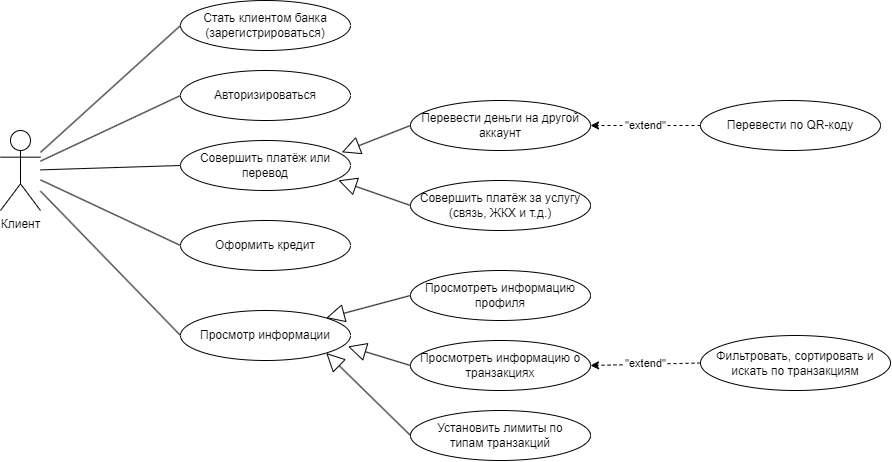
Before: LR1/usecase.png, a diagram exported from draw.io (user-of-github/BSUIR_Labs_Financial-information-processing-technologies). Source tidied: cells renumbered, new cells last; positions are measured from the earlier drawing's top-left corner, leaving out a move shared by most shapes. Source of this version:
```xml
<mxGraphModel>
  <root>
    <mxCell id="0" />
    <mxCell id="1" parent="0" />
    <mxCell id="2" value="Клиент" style="shape=umlActor;verticalLabelPosition=bottom;verticalAlign=top;html=1;" parent="1" vertex="1">
      <mxGeometry y="130" width="40" height="80" as="geometry" />
    </mxCell>
    <mxCell id="3" value="Стать клиентом банка (зарегистрироваться)" style="ellipse;whiteSpace=wrap;html=1;" parent="1" vertex="1">
      <mxGeometry x="180" width="170" height="50" as="geometry" />
    </mxCell>
    <mxCell id="4" value="Совершить платёж или перевод" style="ellipse;whiteSpace=wrap;html=1;" parent="1" vertex="1">
      <mxGeometry x="180" y="140" width="170" height="50" as="geometry" />
    </mxCell>
    <mxCell id="5" value="Перевести деньги на другой аккаунт" style="ellipse;whiteSpace=wrap;html=1;" parent="1" vertex="1">
      <mxGeometry x="410" y="100" width="180" height="50" as="geometry" />
    </mxCell>
    <mxCell id="6" value="Совершить платёж за услугу (связь, ЖКХ и т.д.)" style="ellipse;whiteSpace=wrap;html=1;" parent="1" vertex="1">
      <mxGeometry x="410" y="180" width="180" height="50" as="geometry" />
    </mxCell>
    <mxCell id="7" style="endArrow=block;endSize=16;endFill=0;html=1;rounded=0;entryX=0.949;entryY=0.236;entryDx=0;entryDy=0;entryPerimeter=0;exitX=0;exitY=0.5;exitDx=0;exitDy=0;" parent="1" edge="1" source="5" target="4">
      <mxGeometry relative="1" as="geometry" />
    </mxCell>
    <mxCell id="8" style="endArrow=block;endSize=16;endFill=0;html=1;rounded=0;entryX=0.929;entryY=0.797;entryDx=0;entryDy=0;entryPerimeter=0;exitX=0;exitY=0.5;exitDx=0;exitDy=0;" parent="1" edge="1" source="6" target="4">
      <mxGeometry relative="1" as="geometry" />
    </mxCell>
    <mxCell id="9" style="endArrow=classic;html=1;rounded=0;entryX=1;entryY=0.5;entryDx=0;entryDy=0;exitX=0;exitY=0.5;exitDx=0;exitDy=0;dashed=1;" parent="1" edge="1" source="11" target="5">
      <mxGeometry relative="1" as="geometry" />
    </mxCell>
    <mxCell id="10" value="&quot;extend&quot;" style="edgeLabel;html=1;align=center;verticalAlign=middle;" parent="9" vertex="1">
      <mxGeometry x="0.01" y="-1" relative="1" as="geometry" />
    </mxCell>
    <mxCell id="11" value="Перевести по QR-коду" style="ellipse;whiteSpace=wrap;html=1;" parent="1" vertex="1">
      <mxGeometry x="700" y="100" width="180" height="50" as="geometry" />
    </mxCell>
    <mxCell id="12" value="Авторизироваться" style="ellipse;whiteSpace=wrap;html=1;" parent="1" vertex="1">
      <mxGeometry x="180" y="70" width="170" height="50" as="geometry" />
    </mxCell>
    <mxCell id="13" value="Оформить кредит" style="ellipse;whiteSpace=wrap;html=1;" parent="1" vertex="1">
      <mxGeometry x="180" y="220" width="170" height="50" as="geometry" />
    </mxCell>
    <mxCell id="14" value="Просмотр информации" style="ellipse;whiteSpace=wrap;html=1;" parent="1" vertex="1">
      <mxGeometry x="180" y="310" width="170" height="50" as="geometry" />
    </mxCell>
    <mxCell id="15" style="endArrow=block;endSize=16;endFill=0;html=1;rounded=0;entryX=1;entryY=0;entryDx=0;entryDy=0;exitX=0;exitY=0.5;exitDx=0;exitDy=0;" parent="1" edge="1" source="16" target="14">
      <mxGeometry relative="1" as="geometry" />
    </mxCell>
    <mxCell id="16" value="Просмотреть информацию профиля" style="ellipse;whiteSpace=wrap;html=1;" parent="1" vertex="1">
      <mxGeometry x="410" y="270" width="180" height="50" as="geometry" />
    </mxCell>
    <mxCell id="17" value="Просмотреть информацию о транзакциях" style="ellipse;whiteSpace=wrap;html=1;" parent="1" vertex="1">
      <mxGeometry x="410" y="340" width="180" height="50" as="geometry" />
    </mxCell>
    <mxCell id="18" style="endArrow=block;endSize=16;endFill=0;html=1;rounded=0;entryX=0.985;entryY=0.719;entryDx=0;entryDy=0;exitX=0;exitY=0.5;exitDx=0;exitDy=0;entryPerimeter=0;" parent="1" edge="1" source="17" target="14">
      <mxGeometry relative="1" as="geometry" />
    </mxCell>
    <mxCell id="19" value="Фильтровать, сортировать и искать по транзакциям" style="ellipse;whiteSpace=wrap;html=1;" parent="1" vertex="1">
      <mxGeometry x="700" y="335" width="190" height="55" as="geometry" />
    </mxCell>
    <mxCell id="20" style="endArrow=classic;html=1;rounded=0;entryX=1;entryY=0.5;entryDx=0;entryDy=0;exitX=0;exitY=0.5;exitDx=0;exitDy=0;dashed=1;" parent="1" edge="1" source="19" target="17">
      <mxGeometry relative="1" as="geometry" />
    </mxCell>
    <mxCell id="21" value="&quot;extend&quot;" style="edgeLabel;html=1;align=center;verticalAlign=middle;" parent="20" vertex="1">
      <mxGeometry x="0.01" y="-1" relative="1" as="geometry" />
    </mxCell>
    <mxCell id="22" style="endArrow=none;html=1;rounded=0;entryX=0;entryY=0.5;entryDx=0;entryDy=0;" parent="1" edge="1" source="2" target="3">
      <mxGeometry relative="1" as="geometry" />
    </mxCell>
    <mxCell id="23" style="endArrow=none;html=1;rounded=0;entryX=0;entryY=0.5;entryDx=0;entryDy=0;" parent="1" edge="1" source="2" target="12">
      <mxGeometry relative="1" as="geometry" />
    </mxCell>
    <mxCell id="24" style="endArrow=none;html=1;rounded=0;entryX=0;entryY=0.5;entryDx=0;entryDy=0;" parent="1" edge="1" source="2" target="4">
      <mxGeometry relative="1" as="geometry" />
    </mxCell>
    <mxCell id="25" style="endArrow=none;html=1;rounded=0;entryX=0;entryY=0.5;entryDx=0;entryDy=0;" parent="1" edge="1" source="2" target="13">
      <mxGeometry relative="1" as="geometry" />
    </mxCell>
    <mxCell id="26" style="endArrow=none;html=1;rounded=0;entryX=0;entryY=0.5;entryDx=0;entryDy=0;" parent="1" edge="1" source="2" target="14">
      <mxGeometry relative="1" as="geometry" />
    </mxCell>
    <mxCell id="27" value="Установить лимиты по &lt;br&gt;типам транзакций" style="ellipse;whiteSpace=wrap;html=1;" parent="1" vertex="1">
      <mxGeometry x="410" y="410" width="180" height="50" as="geometry" />
    </mxCell>
    <mxCell id="28" style="endArrow=block;endSize=16;endFill=0;html=1;rounded=0;entryX=1;entryY=1;entryDx=0;entryDy=0;exitX=0;exitY=0.5;exitDx=0;exitDy=0;" parent="1" edge="1" source="27" target="14">
      <mxGeometry relative="1" as="geometry" />
    </mxCell>
  </root>
</mxGraphModel>
```
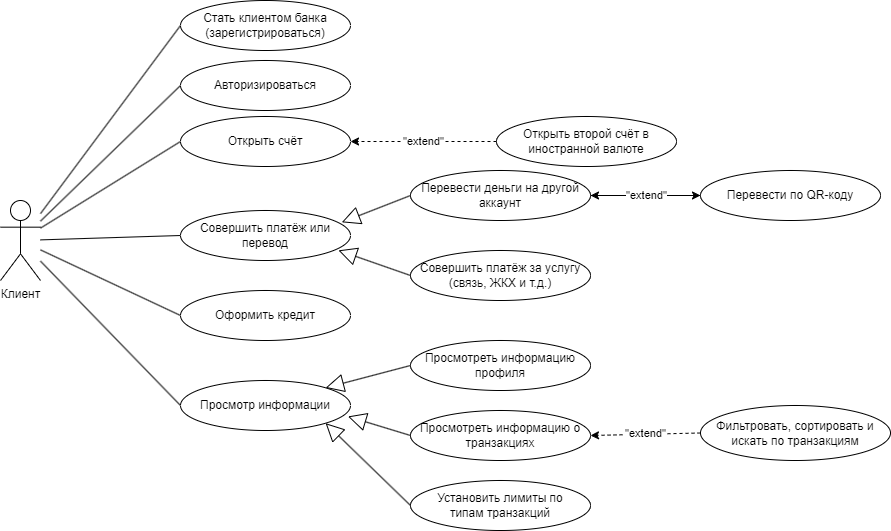
Later version of the same file.

What changed in the source:
```diff
@@ -6,11 +6,14 @@
       <mxGeometry y="130" width="40" height="80" as="geometry" />
     </mxCell>
     <mxCell id="3" value="Стать клиентом банка (зарегистрироваться)" style="ellipse;whiteSpace=wrap;html=1;" parent="1" vertex="1">
-      <mxGeometry x="180" width="170" height="50" as="geometry" />
+      <mxGeometry x="180" y="-70" width="170" height="50" as="geometry" />
     </mxCell>
     <mxCell id="4" value="Совершить платёж или перевод" style="ellipse;whiteSpace=wrap;html=1;" parent="1" vertex="1">
       <mxGeometry x="180" y="140" width="170" height="50" as="geometry" />
     </mxCell>
+    <mxCell id="29" style="edgeStyle=orthogonalEdgeStyle;rounded=0;jettySize=auto;html=1;" parent="1" edge="1" source="5" target="11">
+      <mxGeometry relative="1" as="geometry" />
+    </mxCell>
     <mxCell id="5" value="Перевести деньги на другой аккаунт" style="ellipse;whiteSpace=wrap;html=1;" parent="1" vertex="1">
       <mxGeometry x="410" y="100" width="180" height="50" as="geometry" />
     </mxCell>
@@ -33,7 +36,7 @@
       <mxGeometry x="700" y="100" width="180" height="50" as="geometry" />
     </mxCell>
     <mxCell id="12" value="Авторизироваться" style="ellipse;whiteSpace=wrap;html=1;" parent="1" vertex="1">
-      <mxGeometry x="180" y="70" width="170" height="50" as="geometry" />
+      <mxGeometry x="180" y="-10" width="170" height="50" as="geometry" />
     </mxCell>
     <mxCell id="13" value="Оформить кредит" style="ellipse;whiteSpace=wrap;html=1;" parent="1" vertex="1">
       <mxGeometry x="180" y="220" width="170" height="50" as="geometry" />
@@ -83,5 +86,20 @@
     <mxCell id="28" style="endArrow=block;endSize=16;endFill=0;html=1;rounded=0;entryX=1;entryY=1;entryDx=0;entryDy=0;exitX=0;exitY=0.5;exitDx=0;exitDy=0;" parent="1" edge="1" source="27" target="14">
       <mxGeometry relative="1" as="geometry" />
     </mxCell>
+    <mxCell id="30" value="Открыть счёт" style="ellipse;whiteSpace=wrap;html=1;" parent="1" vertex="1">
+      <mxGeometry x="180" y="46" width="170" height="50" as="geometry" />
+    </mxCell>
+    <mxCell id="31" style="endArrow=none;html=1;rounded=0;entryX=0;entryY=0.5;entryDx=0;entryDy=0;" parent="1" edge="1" source="2" target="30">
+      <mxGeometry relative="1" as="geometry" />
+    </mxCell>
+    <mxCell id="32" style="endArrow=classic;html=1;rounded=0;entryX=1;entryY=0.5;entryDx=0;entryDy=0;dashed=1;exitX=0;exitY=0.5;exitDx=0;exitDy=0;" parent="1" edge="1" source="34" target="30">
+      <mxGeometry relative="1" as="geometry" />
+    </mxCell>
+    <mxCell id="33" value="&quot;extend&quot;" style="edgeLabel;html=1;align=center;verticalAlign=middle;" parent="32" vertex="1">
+      <mxGeometry x="0.01" y="-1" relative="1" as="geometry" />
+    </mxCell>
+    <mxCell id="34" value="Открыть второй счёт в иностранной валюте" style="ellipse;whiteSpace=wrap;html=1;" parent="1" vertex="1">
+      <mxGeometry x="496" y="46" width="180" height="50" as="geometry" />
+    </mxCell>
   </root>
 </mxGraphModel>
```
